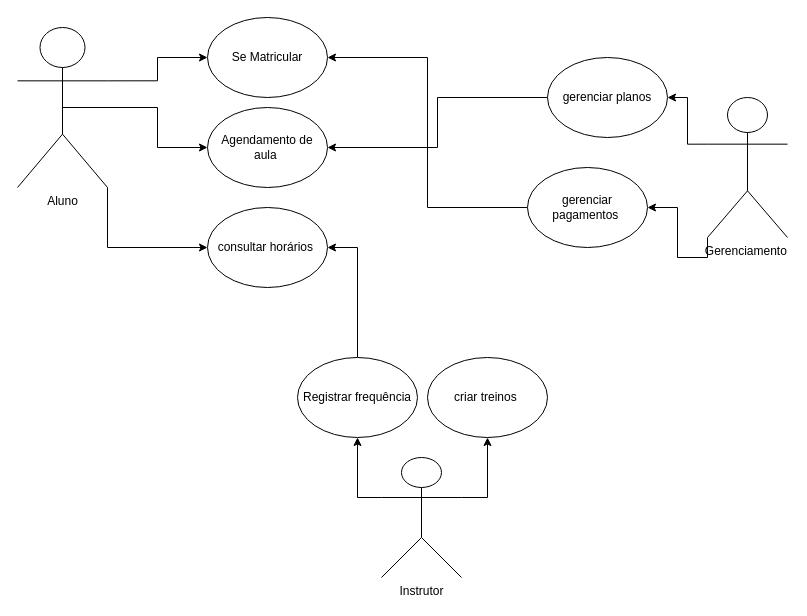
This is page "Página-8" (8 of 11) of Diagrama sem nome.drawio from Bernardo-Alves125/Diagramas-de-requisitos, a draw.io file, before an edit. Source tidied: cells renumbered, new cells numbered last; positions are measured from the earlier drawing's top-left corner, leaving out a move shared by most shapes. Both pictures are drawn from the tidied source at 100%, with x=0, y=0 at pixel (17, 17).
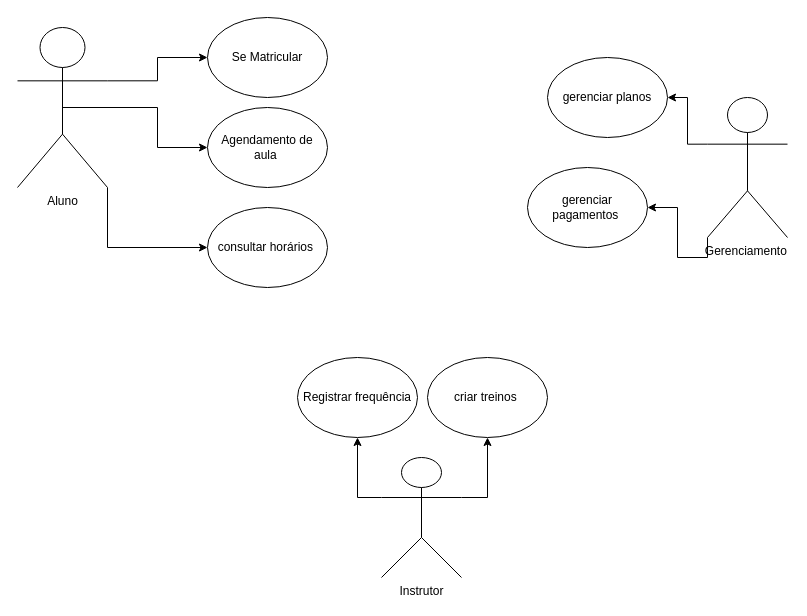
The same page after the edit.

Unchanged cells that the change refers to:
```xml
<mxCell id="6" value="Se Matricular" style="ellipse;whiteSpace=wrap;html=1;" parent="1" vertex="1">
  <mxGeometry x="190" width="120" height="80" as="geometry" />
</mxCell>
<mxCell id="10" value="Agendamento de aula&amp;nbsp;" style="ellipse;whiteSpace=wrap;html=1;" parent="1" vertex="1">
  <mxGeometry x="190" y="90" width="120" height="80" as="geometry" />
</mxCell>
<mxCell id="11" value="consultar horários&amp;nbsp;" style="ellipse;whiteSpace=wrap;html=1;" parent="1" vertex="1">
  <mxGeometry x="190" y="190" width="120" height="80" as="geometry" />
</mxCell>
<mxCell id="17" value="Registrar frequência" style="ellipse;whiteSpace=wrap;html=1;" parent="1" vertex="1">
  <mxGeometry x="280" y="340" width="120" height="80" as="geometry" />
</mxCell>
<mxCell id="19" value="gerenciar planos" style="ellipse;whiteSpace=wrap;html=1;" parent="1" vertex="1">
  <mxGeometry x="530" y="40" width="120" height="80" as="geometry" />
</mxCell>
<mxCell id="21" value="gerenciar pagamentos&amp;nbsp;" style="ellipse;whiteSpace=wrap;html=1;" parent="1" vertex="1">
  <mxGeometry x="510" y="150" width="120" height="80" as="geometry" />
</mxCell>
```

What changed in the source:
```diff
@@
-    <mxCell id="16" style="edgeStyle=orthogonalEdgeStyle;rounded=0;jettySize=auto;html=1;exitX=0.5;exitY=0;exitDx=0;exitDy=0;entryX=1;entryY=0.5;entryDx=0;entryDy=0;" parent="1" edge="1" source="17" target="11">
-      <mxGeometry relative="1" as="geometry" />
-    </mxCell>
@@
-    <mxCell id="18" style="edgeStyle=orthogonalEdgeStyle;rounded=0;jettySize=auto;html=1;entryX=1;entryY=0.5;entryDx=0;entryDy=0;" parent="1" edge="1" source="19" target="10">
-      <mxGeometry relative="1" as="geometry" />
-    </mxCell>
@@
-    <mxCell id="20" style="edgeStyle=orthogonalEdgeStyle;rounded=0;jettySize=auto;html=1;exitX=0;exitY=0.5;exitDx=0;exitDy=0;entryX=1;entryY=0.5;entryDx=0;entryDy=0;" parent="1" edge="1" source="21" target="6">
-      <mxGeometry relative="1" as="geometry" />
-    </mxCell>
```
